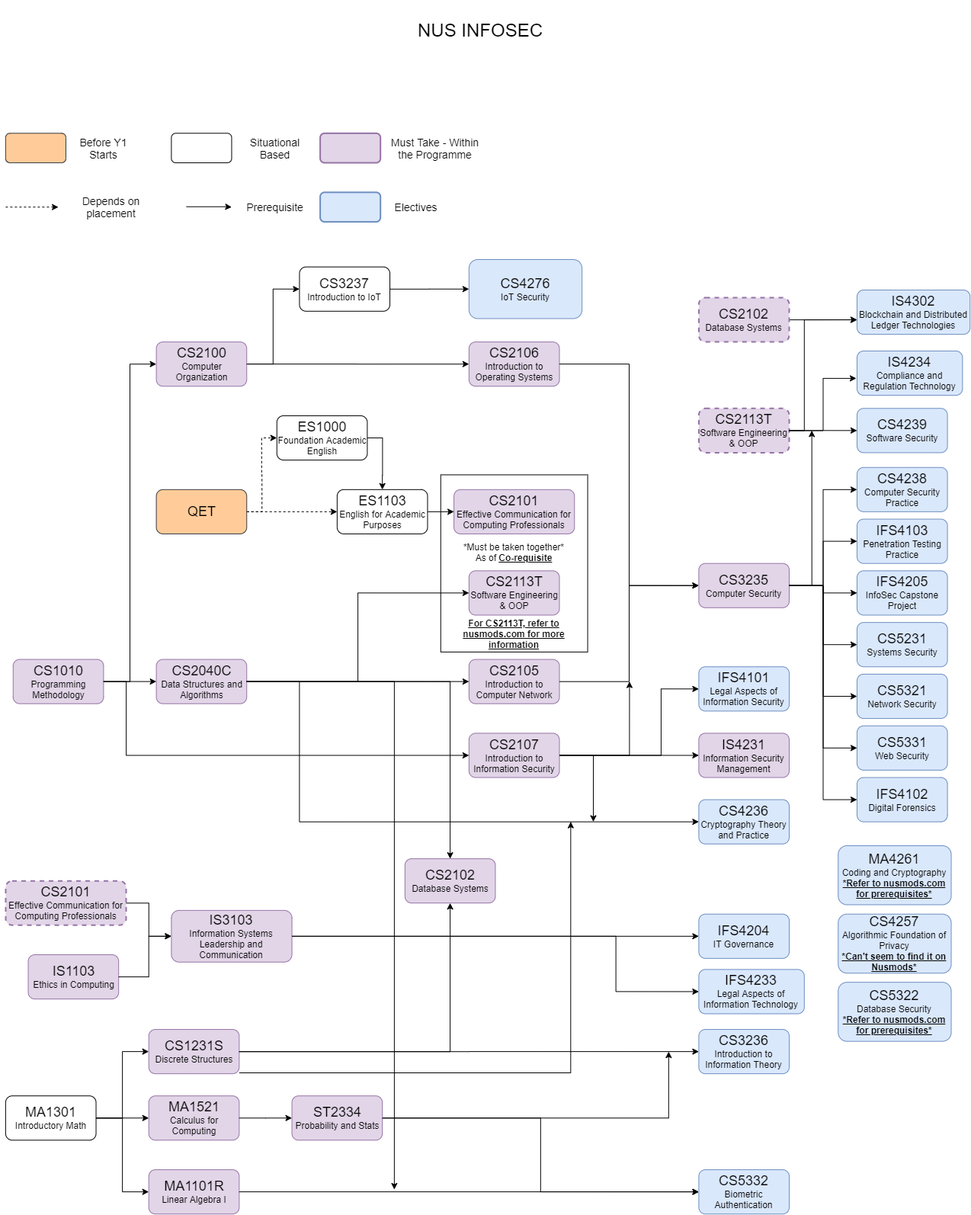
Before: infosecmods.png, a diagram exported from draw.io (Kair0s3/NUSModsOverview). Source tidied: cells renumbered, new cells last; positions are measured from the earlier drawing's top-left corner, leaving out a move shared by most shapes.
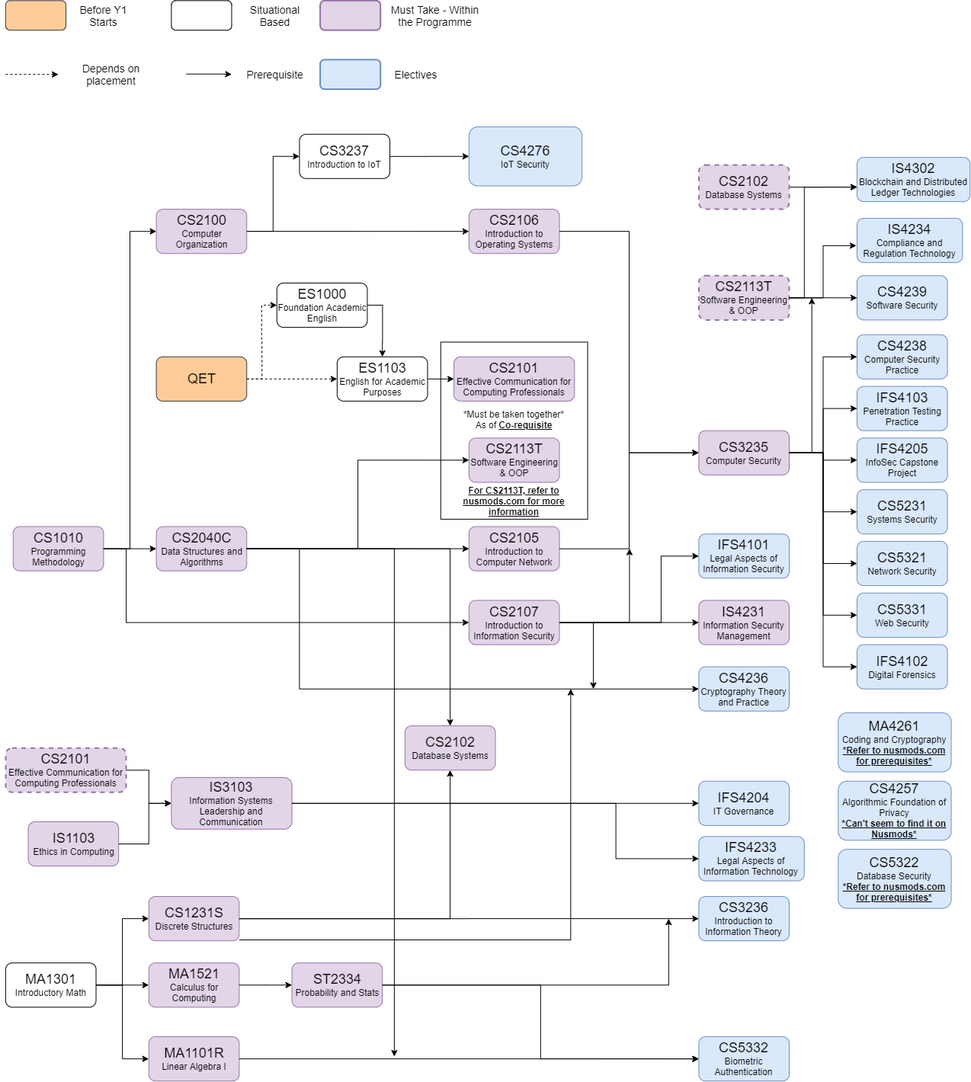
Later version of the same file.

The edit, as a diff of the source:
```diff
@@ -8,9 +8,6 @@
     <mxCell id="3" value="&lt;font&gt;&lt;span style=&quot;font-size: 18px&quot;&gt;CS1010&lt;/span&gt;&lt;br&gt;&lt;font style=&quot;font-size: 12px&quot;&gt;Programming Methodology&lt;/font&gt;&lt;br&gt;&lt;/font&gt;" style="rounded=1;whiteSpace=wrap;html=1;fillColor=#e1d5e7;strokeColor=#9673a6;" parent="1" vertex="1">
       <mxGeometry x="9.8" y="864.6" width="118.6" height="58.1" as="geometry" />
     </mxCell>
-    <mxCell id="4" value="&lt;font style=&quot;font-size: 24px&quot;&gt;NUS INFOSEC&lt;br&gt;&lt;/font&gt;" style="text;html=1;strokeColor=none;fillColor=none;align=center;verticalAlign=middle;whiteSpace=wrap;rounded=0;" parent="1" vertex="1">
-      <mxGeometry x="523.8" width="197.7" height="77.5" as="geometry" />
-    </mxCell>
     <mxCell id="5" value="&lt;font&gt;&lt;span style=&quot;font-size: 18px&quot;&gt;MA1301&lt;/span&gt;&lt;br&gt;&lt;font style=&quot;font-size: 12px&quot;&gt;Introductory Math&lt;/font&gt;&lt;br&gt;&lt;/font&gt;" style="rounded=1;whiteSpace=wrap;html=1;" parent="1" vertex="1">
       <mxGeometry x="-0.1" y="1437.2" width="118.6" height="58.1" as="geometry" />
     </mxCell>
```
